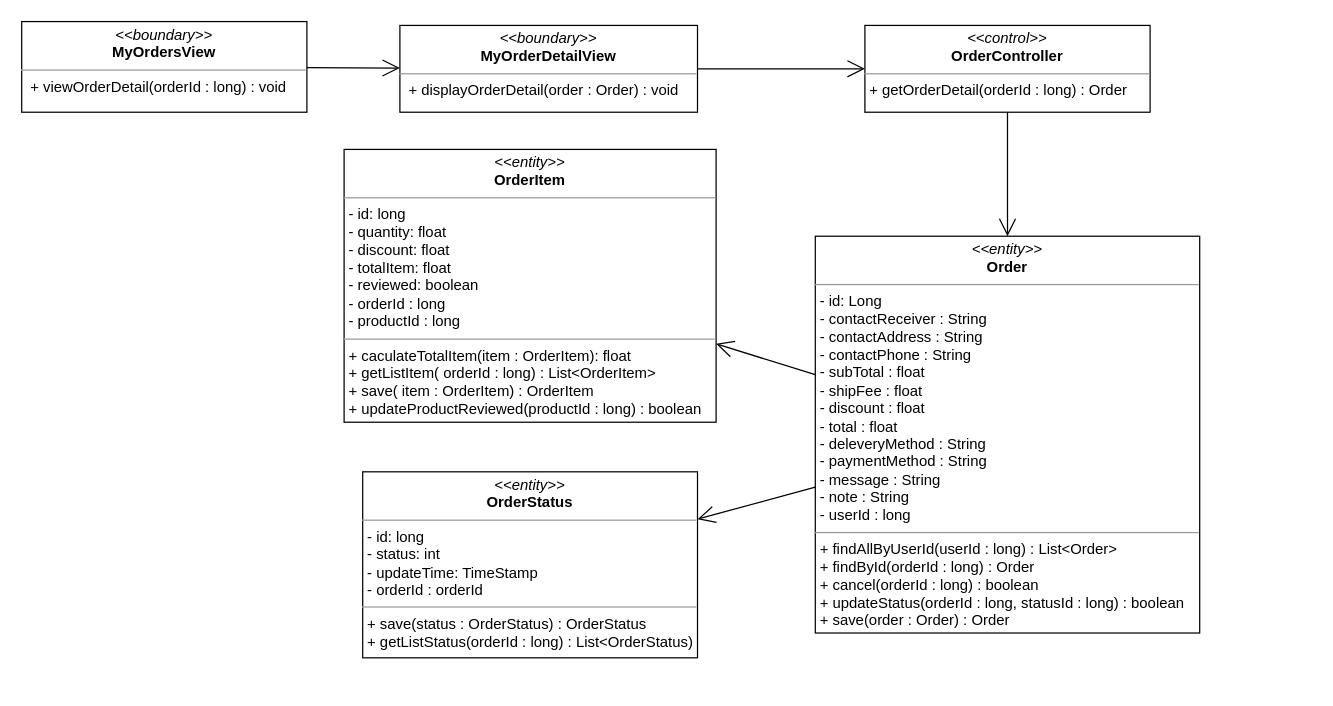
nguyenphamvan/datn_20202 keeps this draw.io diagram as class diagram/get-order-detail-history-class-diagram.drawio. Above is the earlier version. Source tidied: cells renumbered, new cells numbered last; positions are measured from the earlier drawing's top-left corner, leaving out a move shared by most shapes. Both pictures are drawn from the tidied source at 124%, with x=0, y=0 at pixel (21, 21).
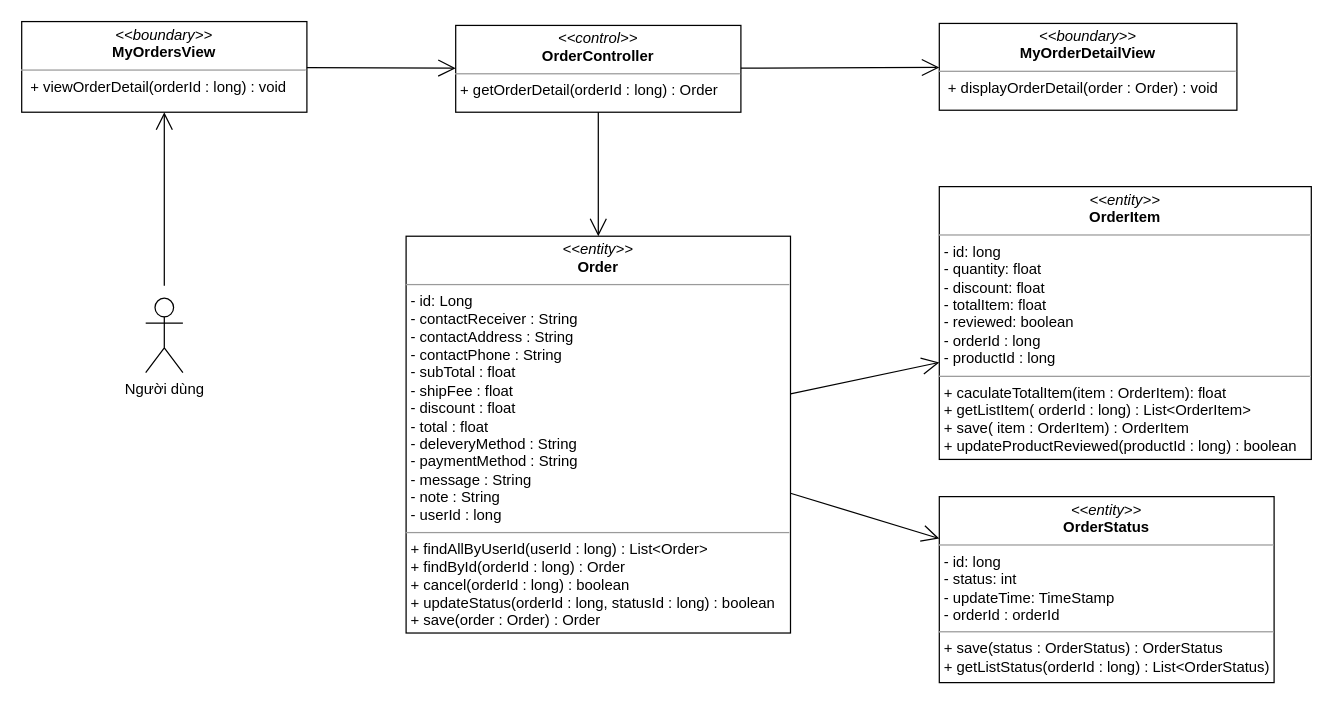
After the change.

What changed in the source:
```diff
@@
 <mxGraphModel>
   <root>
     <mxCell id="0" />
     <mxCell id="1" parent="0" />
     <mxCell id="2" value="&lt;p style=&quot;margin: 0px ; margin-top: 4px ; text-align: center&quot;&gt;&lt;i&gt;&amp;lt;&amp;lt;boundary&amp;gt;&amp;gt;&lt;/i&gt;&lt;br&gt;&lt;b&gt;MyOrderDetailView&lt;/b&gt;&lt;/p&gt;&lt;hr size=&quot;1&quot;&gt;&lt;p style=&quot;margin: 0px ; margin-left: 4px&quot;&gt;&lt;span&gt;&amp;nbsp;&lt;/span&gt;&lt;span&gt;+ displayOrderDetail(order : Order) : void&lt;/span&gt;&lt;/p&gt;" style="verticalAlign=top;align=left;overflow=fill;fontSize=12;fontFamily=Helvetica;html=1;" parent="1" vertex="1">
-      <mxGeometry x="305" y="3" width="240" height="70" as="geometry" />
+      <mxGeometry x="740" y="1.4" width="240" height="70" as="geometry" />
     </mxCell>
-    <mxCell id="3" style="endArrow=open;endFill=1;endSize=12;html=1;exitX=1;exitY=0.5;exitDx=0;exitDy=0;" parent="1" edge="1" source="2" target="4">
-      <mxGeometry relative="1" as="geometry" />
-    </mxCell>
     <mxCell id="4" value="&lt;p style=&quot;margin: 0px ; margin-top: 4px ; text-align: center&quot;&gt;&lt;i&gt;&amp;lt;&amp;lt;control&amp;gt;&amp;gt;&lt;/i&gt;&lt;br&gt;&lt;b&gt;OrderController&lt;/b&gt;&lt;/p&gt;&lt;hr size=&quot;1&quot;&gt;&lt;p style=&quot;margin: 0px ; margin-left: 4px&quot;&gt;+ getOrderDetail(orderId : long) : Order&lt;br&gt;&lt;/p&gt;" style="verticalAlign=top;align=left;overflow=fill;fontSize=12;fontFamily=Helvetica;html=1;" parent="1" vertex="1">
-      <mxGeometry x="680" y="3" width="230" height="70" as="geometry" />
+      <mxGeometry x="350" y="3" width="230" height="70" as="geometry" />
     </mxCell>
     <mxCell id="5" style="endArrow=open;endFill=1;endSize=12;html=1;" parent="1" edge="1" source="4" target="8">
       <mxGeometry relative="1" as="geometry" />
     </mxCell>
     <mxCell id="6" value="&lt;p style=&quot;margin: 0px ; margin-top: 4px ; text-align: center&quot;&gt;&lt;i&gt;&amp;lt;&amp;lt;entity&amp;gt;&amp;gt;&lt;/i&gt;&lt;br&gt;&lt;b&gt;OrderItem&lt;/b&gt;&lt;/p&gt;&lt;hr size=&quot;1&quot;&gt;&lt;p style=&quot;margin: 0px ; margin-left: 4px&quot;&gt;- id: long&lt;/p&gt;&lt;p style=&quot;margin: 0px ; margin-left: 4px&quot;&gt;- quantity: float&lt;br&gt;- discount: float&lt;/p&gt;&lt;p style=&quot;margin: 0px ; margin-left: 4px&quot;&gt;- totalItem: float&lt;/p&gt;&lt;p style=&quot;margin: 0px ; margin-left: 4px&quot;&gt;- reviewed: boolean&lt;/p&gt;&lt;p style=&quot;margin: 0px ; margin-left: 4px&quot;&gt;- orderId : long&lt;/p&gt;&lt;p style=&quot;margin: 0px ; margin-left: 4px&quot;&gt;- productId : long&lt;/p&gt;&lt;hr size=&quot;1&quot;&gt;&lt;p style=&quot;margin: 0px 0px 0px 4px&quot;&gt;+ caculateTotalItem(item : OrderItem): float&lt;br&gt;&lt;/p&gt;&lt;p style=&quot;margin: 0px 0px 0px 4px&quot;&gt;+ getListItem( orderId : long) : List&amp;lt;OrderItem&amp;gt;&lt;br&gt;&lt;/p&gt;&lt;p style=&quot;margin: 0px 0px 0px 4px&quot;&gt;+ save( item : OrderItem) : OrderItem&lt;/p&gt;&lt;p style=&quot;margin: 0px 0px 0px 4px&quot;&gt;+ updateProductReviewed(productId : long) : boolean&lt;/p&gt;" style="verticalAlign=top;align=left;overflow=fill;fontSize=12;fontFamily=Helvetica;html=1;" parent="1" vertex="1">
-      <mxGeometry x="260" y="103" width="300" height="220" as="geometry" />
+      <mxGeometry x="740" y="133" width="300" height="220" as="geometry" />
     </mxCell>
     <mxCell id="7" value="&lt;p style=&quot;margin: 0px ; margin-top: 4px ; text-align: center&quot;&gt;&lt;i&gt;&amp;lt;&amp;lt;entity&amp;gt;&amp;gt;&lt;/i&gt;&lt;br&gt;&lt;b&gt;OrderStatus&lt;/b&gt;&lt;/p&gt;&lt;hr size=&quot;1&quot;&gt;&lt;p style=&quot;margin: 0px ; margin-left: 4px&quot;&gt;- id: long&lt;/p&gt;&lt;p style=&quot;margin: 0px ; margin-left: 4px&quot;&gt;- status: int&lt;br&gt;- updateTime: TimeStamp&lt;/p&gt;&lt;p style=&quot;margin: 0px ; margin-left: 4px&quot;&gt;- orderId : orderId&lt;/p&gt;&lt;hr size=&quot;1&quot;&gt;&lt;p style=&quot;margin: 0px ; margin-left: 4px&quot;&gt;+ save(status : OrderStatus) : OrderStatus&lt;/p&gt;&lt;p style=&quot;margin: 0px ; margin-left: 4px&quot;&gt;+ getListStatus(orderId : long) : List&amp;lt;OrderStatus)&lt;/p&gt;" style="verticalAlign=top;align=left;overflow=fill;fontSize=12;fontFamily=Helvetica;html=1;" parent="1" vertex="1">
-      <mxGeometry x="275" y="363" width="270" height="150" as="geometry" />
+      <mxGeometry x="740" y="383" width="270" height="150" as="geometry" />
     </mxCell>
     <mxCell id="8" value="&lt;p style=&quot;margin: 0px ; margin-top: 4px ; text-align: center&quot;&gt;&lt;i&gt;&amp;lt;&amp;lt;entity&amp;gt;&amp;gt;&lt;/i&gt;&lt;br&gt;&lt;b&gt;Order&lt;/b&gt;&lt;/p&gt;&lt;hr size=&quot;1&quot;&gt;&lt;p style=&quot;margin: 0px ; margin-left: 4px&quot;&gt;- id: Long&lt;/p&gt;&lt;p style=&quot;margin: 0px ; margin-left: 4px&quot;&gt;- contactReceiver : String&lt;/p&gt;&lt;p style=&quot;margin: 0px ; margin-left: 4px&quot;&gt;- contactAddress : String&lt;/p&gt;&lt;p style=&quot;margin: 0px ; margin-left: 4px&quot;&gt;- contactPhone : String&lt;/p&gt;&lt;p style=&quot;margin: 0px 0px 0px 4px&quot;&gt;- subTotal : float&lt;/p&gt;&lt;p style=&quot;margin: 0px 0px 0px 4px&quot;&gt;- shipFee : float&lt;/p&gt;&lt;p style=&quot;margin: 0px 0px 0px 4px&quot;&gt;- discount : float&lt;/p&gt;&lt;p style=&quot;margin: 0px 0px 0px 4px&quot;&gt;- total : float&lt;/p&gt;&lt;p style=&quot;margin: 0px 0px 0px 4px&quot;&gt;- deleveryMethod : String&lt;/p&gt;&lt;p style=&quot;margin: 0px 0px 0px 4px&quot;&gt;- paymentMethod : String&lt;/p&gt;&lt;p style=&quot;margin: 0px 0px 0px 4px&quot;&gt;- message : String&lt;/p&gt;&lt;p style=&quot;margin: 0px 0px 0px 4px&quot;&gt;- note : String&lt;/p&gt;&lt;p style=&quot;margin: 0px 0px 0px 4px&quot;&gt;- userId : long&lt;/p&gt;&lt;hr size=&quot;1&quot;&gt;&lt;p style=&quot;margin: 0px 0px 0px 4px&quot;&gt;+ findAllByUserId(userId : long) : List&amp;lt;Order&amp;gt;&lt;/p&gt;&lt;p style=&quot;margin: 0px 0px 0px 4px&quot;&gt;+ findById(orderId : long) : Order&lt;br&gt;&lt;/p&gt;&lt;p style=&quot;margin: 0px 0px 0px 4px&quot;&gt;+ cancel(orderId : long) : boolean&lt;br&gt;&lt;/p&gt;&lt;p style=&quot;margin: 0px 0px 0px 4px&quot;&gt;+ updateStatus(orderId : long, statusId : long) : boolean&lt;/p&gt;&lt;p style=&quot;margin: 0px 0px 0px 4px&quot;&gt;+ save(order : Order) : Order&lt;/p&gt;" style="verticalAlign=top;align=left;overflow=fill;fontSize=12;fontFamily=Helvetica;html=1;" parent="1" vertex="1">
-      <mxGeometry x="640" y="173" width="310" height="320" as="geometry" />
+      <mxGeometry x="310" y="173" width="310" height="320" as="geometry" />
     </mxCell>
     <mxCell id="9" value="&lt;p style=&quot;margin: 0px ; margin-top: 4px ; text-align: center&quot;&gt;&lt;i&gt;&amp;lt;&amp;lt;boundary&amp;gt;&amp;gt;&lt;/i&gt;&lt;br&gt;&lt;b&gt;MyOrdersView&lt;/b&gt;&lt;/p&gt;&lt;hr size=&quot;1&quot;&gt;&lt;p style=&quot;margin: 0px ; margin-left: 4px&quot;&gt;&lt;span&gt;&amp;nbsp;&lt;/span&gt;&lt;span&gt;+ viewOrderDetail(orderId : long) : void&lt;/span&gt;&lt;/p&gt;" style="verticalAlign=top;align=left;overflow=fill;fontSize=12;fontFamily=Helvetica;html=1;" parent="1" vertex="1">
       <mxGeometry y="-0.1" width="230" height="73.1" as="geometry" />
     </mxCell>
-    <mxCell id="10" style="endArrow=open;endFill=1;endSize=12;html=1;" parent="1" edge="1" source="9" target="2">
+    <mxCell id="10" style="endArrow=open;endFill=1;endSize=12;html=1;" parent="1" edge="1" source="9" target="4">
       <mxGeometry relative="1" as="geometry" />
     </mxCell>
     <mxCell id="11" style="endArrow=open;endFill=1;endSize=12;html=1;" parent="1" edge="1" source="8" target="7">
       <mxGeometry relative="1" as="geometry" />
     </mxCell>
     <mxCell id="12" style="endArrow=open;endFill=1;endSize=12;html=1;" parent="1" edge="1" source="8" target="6">
       <mxGeometry relative="1" as="geometry" />
     </mxCell>
+    <mxCell id="13" style="endArrow=open;endFill=1;endSize=12;html=1;" parent="1" edge="1" source="4" target="2">
+      <mxGeometry relative="1" as="geometry" />
+    </mxCell>
+    <mxCell id="14" value="Người dùng" style="shape=umlActor;verticalLabelPosition=bottom;verticalAlign=top;html=1;" parent="1" vertex="1">
+      <mxGeometry x="100" y="223" width="30" height="60" as="geometry" />
+    </mxCell>
+    <mxCell id="15" style="endArrow=open;endFill=1;endSize=12;html=1;" parent="1" edge="1" target="9">
+      <mxGeometry relative="1" as="geometry">
+        <mxPoint x="115" y="213" as="sourcePoint" />
+      </mxGeometry>
+    </mxCell>
   </root>
 </mxGraphModel>
```
